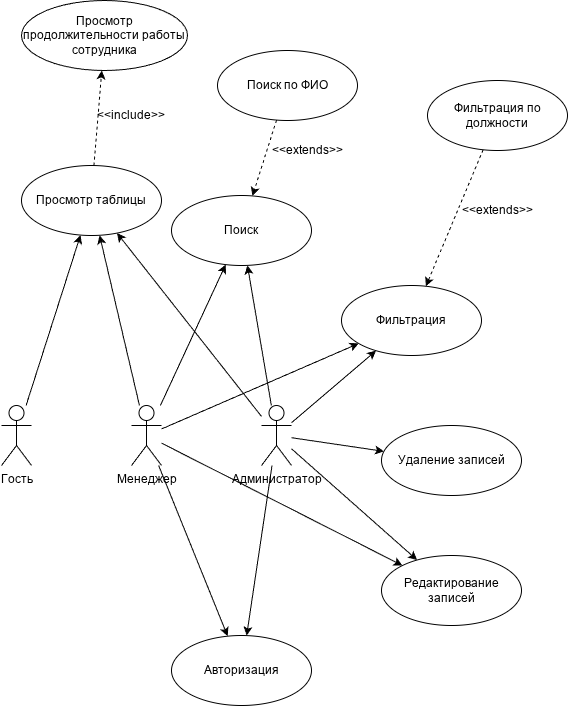
The draw.io diagram exam/diagrams/UseCase.png in navi4351/examPM01, before a commit. Source tidied: cells renumbered, new cells last; positions are measured from the earlier drawing's top-left corner, leaving out a move shared by most shapes. Source of this version:
```xml
<mxGraphModel>
  <root>
    <mxCell id="0" />
    <mxCell id="1" parent="0" />
    <mxCell id="2" style="rounded=0;jettySize=auto;html=1;" parent="1" edge="1" source="8" target="18">
      <mxGeometry relative="1" as="geometry" />
    </mxCell>
    <mxCell id="3" style="rounded=0;jettySize=auto;html=1;" parent="1" edge="1" source="8" target="20">
      <mxGeometry relative="1" as="geometry" />
    </mxCell>
    <mxCell id="4" style="rounded=0;jettySize=auto;html=1;" parent="1" edge="1" source="8" target="19">
      <mxGeometry relative="1" as="geometry" />
    </mxCell>
    <mxCell id="5" style="rounded=0;jettySize=auto;html=1;" parent="1" edge="1" source="8" target="21">
      <mxGeometry relative="1" as="geometry" />
    </mxCell>
    <mxCell id="6" style="rounded=0;jettySize=auto;html=1;" parent="1" edge="1" source="8" target="22">
      <mxGeometry relative="1" as="geometry" />
    </mxCell>
    <mxCell id="7" style="rounded=0;jettySize=auto;html=1;" parent="1" edge="1" source="8" target="23">
      <mxGeometry relative="1" as="geometry" />
    </mxCell>
    <mxCell id="8" value="Администратор" style="shape=umlActor;verticalLabelPosition=bottom;verticalAlign=top;html=1;" parent="1" vertex="1">
      <mxGeometry x="260" y="405" width="30" height="60" as="geometry" />
    </mxCell>
    <mxCell id="9" style="rounded=0;jettySize=auto;html=1;" parent="1" edge="1" source="14" target="18">
      <mxGeometry relative="1" as="geometry" />
    </mxCell>
    <mxCell id="10" style="rounded=0;jettySize=auto;html=1;" parent="1" edge="1" source="14" target="20">
      <mxGeometry relative="1" as="geometry" />
    </mxCell>
    <mxCell id="11" style="rounded=0;jettySize=auto;html=1;" parent="1" edge="1" source="14" target="19">
      <mxGeometry relative="1" as="geometry" />
    </mxCell>
    <mxCell id="12" style="rounded=0;jettySize=auto;html=1;" parent="1" edge="1" source="14" target="22">
      <mxGeometry relative="1" as="geometry" />
    </mxCell>
    <mxCell id="13" style="rounded=0;jettySize=auto;html=1;" parent="1" edge="1" source="14" target="23">
      <mxGeometry relative="1" as="geometry" />
    </mxCell>
    <mxCell id="14" value="Менеджер" style="shape=umlActor;verticalLabelPosition=bottom;verticalAlign=top;html=1;" parent="1" vertex="1">
      <mxGeometry x="130" y="405" width="30" height="60" as="geometry" />
    </mxCell>
    <mxCell id="15" style="rounded=0;jettySize=auto;html=1;" parent="1" edge="1" source="16" target="18">
      <mxGeometry relative="1" as="geometry" />
    </mxCell>
    <mxCell id="16" value="Гость" style="shape=umlActor;verticalLabelPosition=bottom;verticalAlign=top;html=1;" parent="1" vertex="1">
      <mxGeometry y="405" width="30" height="60" as="geometry" />
    </mxCell>
    <mxCell id="17" style="rounded=0;jettySize=auto;html=1;dashed=1;" parent="1" edge="1" source="18" target="24">
      <mxGeometry relative="1" as="geometry" />
    </mxCell>
    <mxCell id="18" value="Просмотр таблицы" style="ellipse;whiteSpace=wrap;html=1;" parent="1" vertex="1">
      <mxGeometry x="20" y="165" width="140" height="70" as="geometry" />
    </mxCell>
    <mxCell id="19" value="Поиск" style="ellipse;whiteSpace=wrap;html=1;" parent="1" vertex="1">
      <mxGeometry x="170" y="195" width="140" height="70" as="geometry" />
    </mxCell>
    <mxCell id="20" value="Редактирование записей" style="ellipse;whiteSpace=wrap;html=1;" parent="1" vertex="1">
      <mxGeometry x="380" y="555" width="140" height="70" as="geometry" />
    </mxCell>
    <mxCell id="21" value="Удаление записей" style="ellipse;whiteSpace=wrap;html=1;" parent="1" vertex="1">
      <mxGeometry x="380" y="425" width="140" height="70" as="geometry" />
    </mxCell>
    <mxCell id="22" value="Фильтрация" style="ellipse;whiteSpace=wrap;html=1;" parent="1" vertex="1">
      <mxGeometry x="340" y="285" width="140" height="70" as="geometry" />
    </mxCell>
    <mxCell id="23" value="Авторизация" style="ellipse;whiteSpace=wrap;html=1;" parent="1" vertex="1">
      <mxGeometry x="170" y="635" width="140" height="70" as="geometry" />
    </mxCell>
    <mxCell id="24" value="Просмотр продолжительности работы сотрудника" style="ellipse;whiteSpace=wrap;html=1;" parent="1" vertex="1">
      <mxGeometry x="20" width="166" height="70" as="geometry" />
    </mxCell>
    <mxCell id="25" value="&amp;lt;&amp;lt;include&amp;gt;&amp;gt;" style="text;html=1;whiteSpace=wrap;strokeColor=none;fillColor=none;align=center;verticalAlign=middle;rounded=0;" parent="1" vertex="1">
      <mxGeometry x="100" y="100" width="60" height="30" as="geometry" />
    </mxCell>
    <mxCell id="26" style="rounded=0;jettySize=auto;html=1;dashed=1;" parent="1" edge="1" source="27" target="19">
      <mxGeometry relative="1" as="geometry" />
    </mxCell>
    <mxCell id="27" value="Поиск по ФИО" style="ellipse;whiteSpace=wrap;html=1;" parent="1" vertex="1">
      <mxGeometry x="216" y="50" width="140" height="70" as="geometry" />
    </mxCell>
    <mxCell id="28" value="&amp;lt;&amp;lt;extends&amp;gt;&amp;gt;" style="text;html=1;whiteSpace=wrap;strokeColor=none;fillColor=none;align=center;verticalAlign=middle;rounded=0;" parent="1" vertex="1">
      <mxGeometry x="276" y="135" width="60" height="30" as="geometry" />
    </mxCell>
    <mxCell id="29" style="rounded=0;jettySize=auto;html=1;startArrow=none;startFill=0;dashed=1;" parent="1" edge="1" source="30" target="22">
      <mxGeometry relative="1" as="geometry" />
    </mxCell>
    <mxCell id="30" value="Фильтрация по должности" style="ellipse;whiteSpace=wrap;html=1;" parent="1" vertex="1">
      <mxGeometry x="426" y="80" width="140" height="70" as="geometry" />
    </mxCell>
    <mxCell id="31" value="&amp;lt;&amp;lt;extends&amp;gt;&amp;gt;" style="text;html=1;whiteSpace=wrap;strokeColor=none;fillColor=none;align=center;verticalAlign=middle;rounded=0;" parent="1" vertex="1">
      <mxGeometry x="466" y="195" width="60" height="30" as="geometry" />
    </mxCell>
  </root>
</mxGraphModel>
```
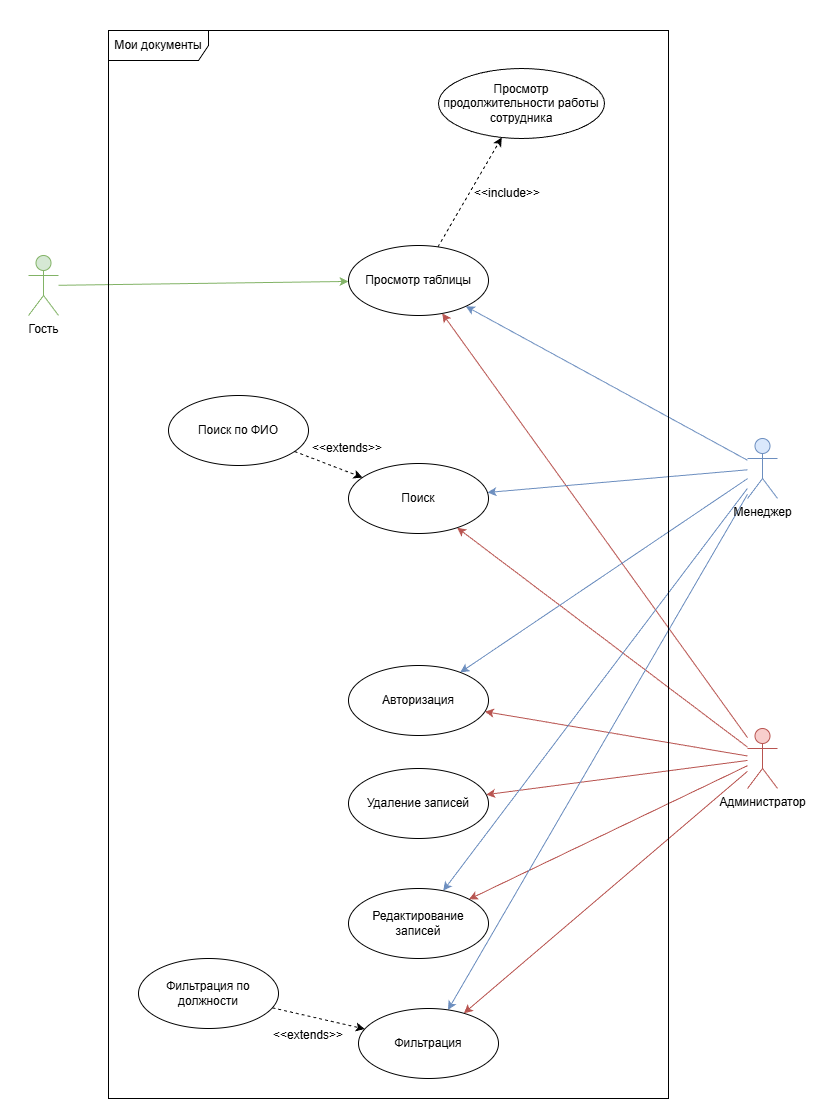
After the commit.

Change to the diagram source:
```diff
@@ -2,95 +2,101 @@
   <root>
     <mxCell id="0" />
     <mxCell id="1" parent="0" />
+    <mxCell id="32" style="rounded=0;whiteSpace=wrap;html=1;strokeColor=none;" parent="1" vertex="1">
+      <mxGeometry x="-958" y="-202" width="817" height="1120" as="geometry" />
+    </mxCell>
-    <mxCell id="2" style="rounded=0;jettySize=auto;html=1;" parent="1" edge="1" source="8" target="18">
+    <mxCell id="2" style="rounded=0;jettySize=auto;html=1;fillColor=#f8cecc;strokeColor=#b85450;" parent="1" edge="1" source="8" target="18">
       <mxGeometry relative="1" as="geometry" />
     </mxCell>
-    <mxCell id="3" style="rounded=0;jettySize=auto;html=1;" parent="1" edge="1" source="8" target="20">
+    <mxCell id="3" style="rounded=0;jettySize=auto;html=1;fillColor=#f8cecc;strokeColor=#b85450;" parent="1" edge="1" source="8" target="20">
       <mxGeometry relative="1" as="geometry" />
     </mxCell>
-    <mxCell id="4" style="rounded=0;jettySize=auto;html=1;" parent="1" edge="1" source="8" target="19">
+    <mxCell id="4" style="rounded=0;jettySize=auto;html=1;fillColor=#f8cecc;strokeColor=#b85450;" parent="1" edge="1" source="8" target="19">
       <mxGeometry relative="1" as="geometry" />
     </mxCell>
-    <mxCell id="5" style="rounded=0;jettySize=auto;html=1;" parent="1" edge="1" source="8" target="21">
+    <mxCell id="5" style="rounded=0;jettySize=auto;html=1;fillColor=#f8cecc;strokeColor=#b85450;" parent="1" edge="1" source="8" target="21">
       <mxGeometry relative="1" as="geometry" />
     </mxCell>
-    <mxCell id="6" style="rounded=0;jettySize=auto;html=1;" parent="1" edge="1" source="8" target="22">
+    <mxCell id="6" style="rounded=0;jettySize=auto;html=1;fillColor=#f8cecc;strokeColor=#b85450;" parent="1" edge="1" source="8" target="22">
       <mxGeometry relative="1" as="geometry" />
     </mxCell>
-    <mxCell id="7" style="rounded=0;jettySize=auto;html=1;" parent="1" edge="1" source="8" target="23">
+    <mxCell id="7" style="rounded=0;jettySize=auto;html=1;fillColor=#f8cecc;strokeColor=#b85450;" parent="1" edge="1" source="8" target="23">
       <mxGeometry relative="1" as="geometry" />
     </mxCell>
-    <mxCell id="8" value="Администратор" style="shape=umlActor;verticalLabelPosition=bottom;verticalAlign=top;html=1;" parent="1" vertex="1">
-      <mxGeometry x="260" y="405" width="30" height="60" as="geometry" />
+    <mxCell id="8" value="Администратор" style="shape=umlActor;verticalLabelPosition=bottom;verticalAlign=top;html=1;fillColor=#f8cecc;strokeColor=#b85450;" parent="1" vertex="1">
+      <mxGeometry x="-211" y="526" width="30" height="60" as="geometry" />
     </mxCell>
-    <mxCell id="9" style="rounded=0;jettySize=auto;html=1;" parent="1" edge="1" source="14" target="18">
+    <mxCell id="9" style="rounded=0;jettySize=auto;html=1;fillColor=#dae8fc;strokeColor=#6c8ebf;" parent="1" edge="1" source="14" target="18">
       <mxGeometry relative="1" as="geometry" />
     </mxCell>
-    <mxCell id="10" style="rounded=0;jettySize=auto;html=1;" parent="1" edge="1" source="14" target="20">
+    <mxCell id="10" style="rounded=0;jettySize=auto;html=1;fillColor=#dae8fc;strokeColor=#6c8ebf;" parent="1" edge="1" source="14" target="20">
       <mxGeometry relative="1" as="geometry" />
     </mxCell>
-    <mxCell id="11" style="rounded=0;jettySize=auto;html=1;" parent="1" edge="1" source="14" target="19">
+    <mxCell id="11" style="rounded=0;jettySize=auto;html=1;fillColor=#dae8fc;strokeColor=#6c8ebf;" parent="1" edge="1" source="14" target="19">
       <mxGeometry relative="1" as="geometry" />
     </mxCell>
-    <mxCell id="12" style="rounded=0;jettySize=auto;html=1;" parent="1" edge="1" source="14" target="22">
+    <mxCell id="12" style="rounded=0;jettySize=auto;html=1;fillColor=#dae8fc;strokeColor=#6c8ebf;" parent="1" edge="1" source="14" target="22">
       <mxGeometry relative="1" as="geometry" />
     </mxCell>
-    <mxCell id="13" style="rounded=0;jettySize=auto;html=1;" parent="1" edge="1" source="14" target="23">
+    <mxCell id="13" style="rounded=0;jettySize=auto;html=1;fillColor=#dae8fc;strokeColor=#6c8ebf;" parent="1" edge="1" source="14" target="23">
       <mxGeometry relative="1" as="geometry" />
     </mxCell>
-    <mxCell id="14" value="Менеджер" style="shape=umlActor;verticalLabelPosition=bottom;verticalAlign=top;html=1;" parent="1" vertex="1">
-      <mxGeometry x="130" y="405" width="30" height="60" as="geometry" />
+    <mxCell id="14" value="Менеджер" style="shape=umlActor;verticalLabelPosition=bottom;verticalAlign=top;html=1;fillColor=#dae8fc;strokeColor=#6c8ebf;" parent="1" vertex="1">
+      <mxGeometry x="-211" y="236" width="30" height="60" as="geometry" />
     </mxCell>
-    <mxCell id="15" style="rounded=0;jettySize=auto;html=1;" parent="1" edge="1" source="16" target="18">
+    <mxCell id="15" style="rounded=0;jettySize=auto;html=1;fillColor=#d5e8d4;strokeColor=#82b366;" parent="1" edge="1" source="16" target="18">
       <mxGeometry relative="1" as="geometry" />
     </mxCell>
-    <mxCell id="16" value="Гость" style="shape=umlActor;verticalLabelPosition=bottom;verticalAlign=top;html=1;" parent="1" vertex="1">
-      <mxGeometry y="405" width="30" height="60" as="geometry" />
+    <mxCell id="16" value="Гость" style="shape=umlActor;verticalLabelPosition=bottom;verticalAlign=top;html=1;fillColor=#d5e8d4;strokeColor=#82b366;" parent="1" vertex="1">
+      <mxGeometry x="-930" y="53" width="30" height="60" as="geometry" />
     </mxCell>
     <mxCell id="17" style="rounded=0;jettySize=auto;html=1;dashed=1;" parent="1" edge="1" source="18" target="24">
       <mxGeometry relative="1" as="geometry" />
     </mxCell>
     <mxCell id="18" value="Просмотр таблицы" style="ellipse;whiteSpace=wrap;html=1;" parent="1" vertex="1">
-      <mxGeometry x="20" y="165" width="140" height="70" as="geometry" />
+      <mxGeometry x="-610" y="43" width="140" height="70" as="geometry" />
     </mxCell>
     <mxCell id="19" value="Поиск" style="ellipse;whiteSpace=wrap;html=1;" parent="1" vertex="1">
-      <mxGeometry x="170" y="195" width="140" height="70" as="geometry" />
+      <mxGeometry x="-610" y="261" width="140" height="70" as="geometry" />
     </mxCell>
     <mxCell id="20" value="Редактирование записей" style="ellipse;whiteSpace=wrap;html=1;" parent="1" vertex="1">
-      <mxGeometry x="380" y="555" width="140" height="70" as="geometry" />
+      <mxGeometry x="-610" y="686" width="140" height="70" as="geometry" />
     </mxCell>
     <mxCell id="21" value="Удаление записей" style="ellipse;whiteSpace=wrap;html=1;" parent="1" vertex="1">
-      <mxGeometry x="380" y="425" width="140" height="70" as="geometry" />
+      <mxGeometry x="-610" y="566" width="140" height="70" as="geometry" />
     </mxCell>
     <mxCell id="22" value="Фильтрация" style="ellipse;whiteSpace=wrap;html=1;" parent="1" vertex="1">
-      <mxGeometry x="340" y="285" width="140" height="70" as="geometry" />
+      <mxGeometry x="-600" y="806" width="140" height="70" as="geometry" />
     </mxCell>
     <mxCell id="23" value="Авторизация" style="ellipse;whiteSpace=wrap;html=1;" parent="1" vertex="1">
-      <mxGeometry x="170" y="635" width="140" height="70" as="geometry" />
+      <mxGeometry x="-610" y="463" width="140" height="70" as="geometry" />
     </mxCell>
     <mxCell id="24" value="Просмотр продолжительности работы сотрудника" style="ellipse;whiteSpace=wrap;html=1;" parent="1" vertex="1">
-      <mxGeometry x="20" width="166" height="70" as="geometry" />
+      <mxGeometry x="-520" y="-134" width="166" height="70" as="geometry" />
     </mxCell>
     <mxCell id="25" value="&amp;lt;&amp;lt;include&amp;gt;&amp;gt;" style="text;html=1;whiteSpace=wrap;strokeColor=none;fillColor=none;align=center;verticalAlign=middle;rounded=0;" parent="1" vertex="1">
-      <mxGeometry x="100" y="100" width="60" height="30" as="geometry" />
+      <mxGeometry x="-481" y="-24" width="60" height="30" as="geometry" />
     </mxCell>
     <mxCell id="26" style="rounded=0;jettySize=auto;html=1;dashed=1;" parent="1" edge="1" source="27" target="19">
       <mxGeometry relative="1" as="geometry" />
     </mxCell>
     <mxCell id="27" value="Поиск по ФИО" style="ellipse;whiteSpace=wrap;html=1;" parent="1" vertex="1">
-      <mxGeometry x="216" y="50" width="140" height="70" as="geometry" />
+      <mxGeometry x="-790" y="193" width="140" height="70" as="geometry" />
     </mxCell>
-    <mxCell id="28" value="&amp;lt;&amp;lt;extends&amp;gt;&amp;gt;" style="text;html=1;whiteSpace=wrap;strokeColor=none;fillColor=none;align=center;verticalAlign=middle;rounded=0;" parent="1" vertex="1">
-      <mxGeometry x="276" y="135" width="60" height="30" as="geometry" />
-    </mxCell>
+    <mxCell id="33" value="&amp;lt;&amp;lt;extends&amp;gt;&amp;gt;" style="text;html=1;whiteSpace=wrap;strokeColor=none;fillColor=none;align=center;verticalAlign=middle;rounded=0;" parent="1" vertex="1">
+      <mxGeometry x="-641" y="231" width="60" height="30" as="geometry" />
+    </mxCell>
     <mxCell id="29" style="rounded=0;jettySize=auto;html=1;startArrow=none;startFill=0;dashed=1;" parent="1" edge="1" source="30" target="22">
       <mxGeometry relative="1" as="geometry" />
     </mxCell>
     <mxCell id="30" value="Фильтрация по должности" style="ellipse;whiteSpace=wrap;html=1;" parent="1" vertex="1">
-      <mxGeometry x="426" y="80" width="140" height="70" as="geometry" />
+      <mxGeometry x="-820" y="756" width="140" height="70" as="geometry" />
     </mxCell>
-    <mxCell id="31" value="&amp;lt;&amp;lt;extends&amp;gt;&amp;gt;" style="text;html=1;whiteSpace=wrap;strokeColor=none;fillColor=none;align=center;verticalAlign=middle;rounded=0;" parent="1" vertex="1">
-      <mxGeometry x="466" y="195" width="60" height="30" as="geometry" />
-    </mxCell>
+    <mxCell id="34" value="&amp;lt;&amp;lt;extends&amp;gt;&amp;gt;" style="text;html=1;whiteSpace=wrap;strokeColor=none;fillColor=none;align=center;verticalAlign=middle;rounded=0;" parent="1" vertex="1">
+      <mxGeometry x="-680" y="818" width="60" height="30" as="geometry" />
+    </mxCell>
+    <mxCell id="35" value="Мои документы" style="shape=umlFrame;whiteSpace=wrap;html=1;width=100;height=30;" parent="1" vertex="1">
+      <mxGeometry x="-850" y="-172" width="560" height="1068" as="geometry" />
+    </mxCell>
   </root>
 </mxGraphModel>
```
